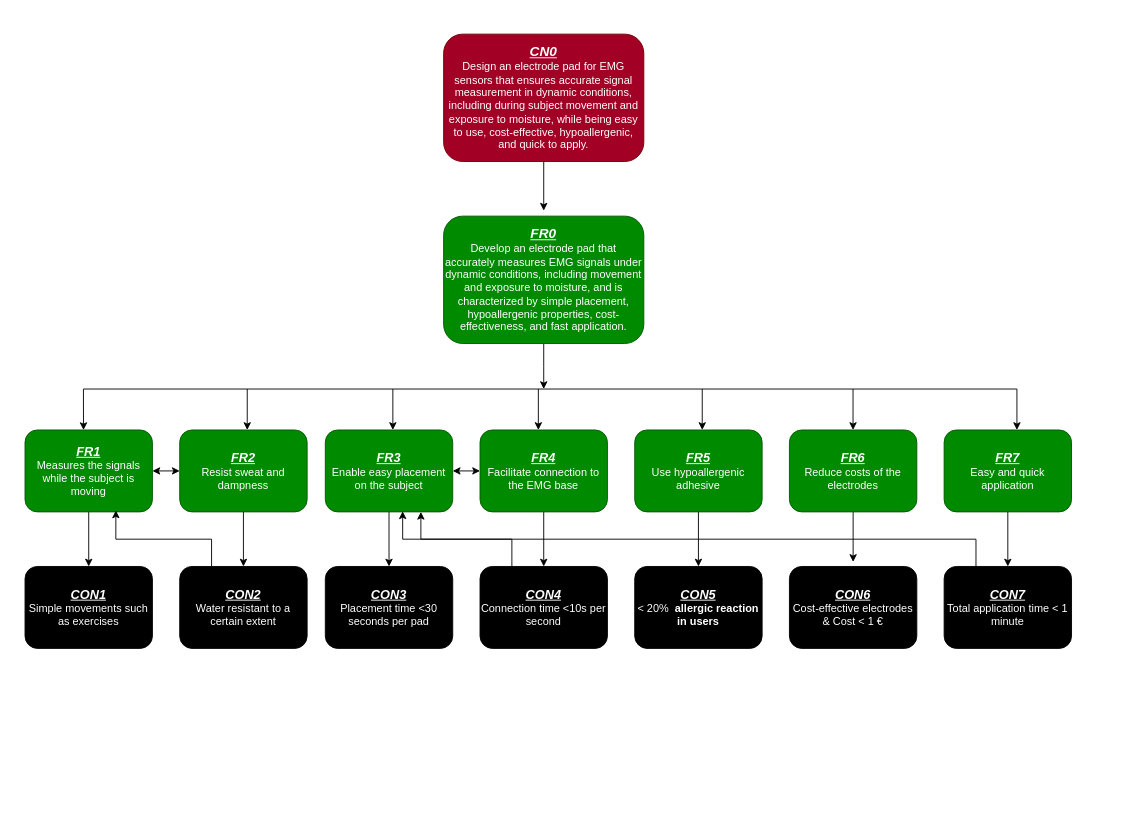
Earlier version of the draw.io diagram Untitled Diagram.drawio (asdismilla/FlowChart). Source tidied: cells renumbered, new cells numbered last; positions are measured from the earlier drawing's top-left corner, leaving out a move shared by most shapes. Both pictures are drawn from the tidied source at 91%, with x=0, y=0 at pixel (25, 34).
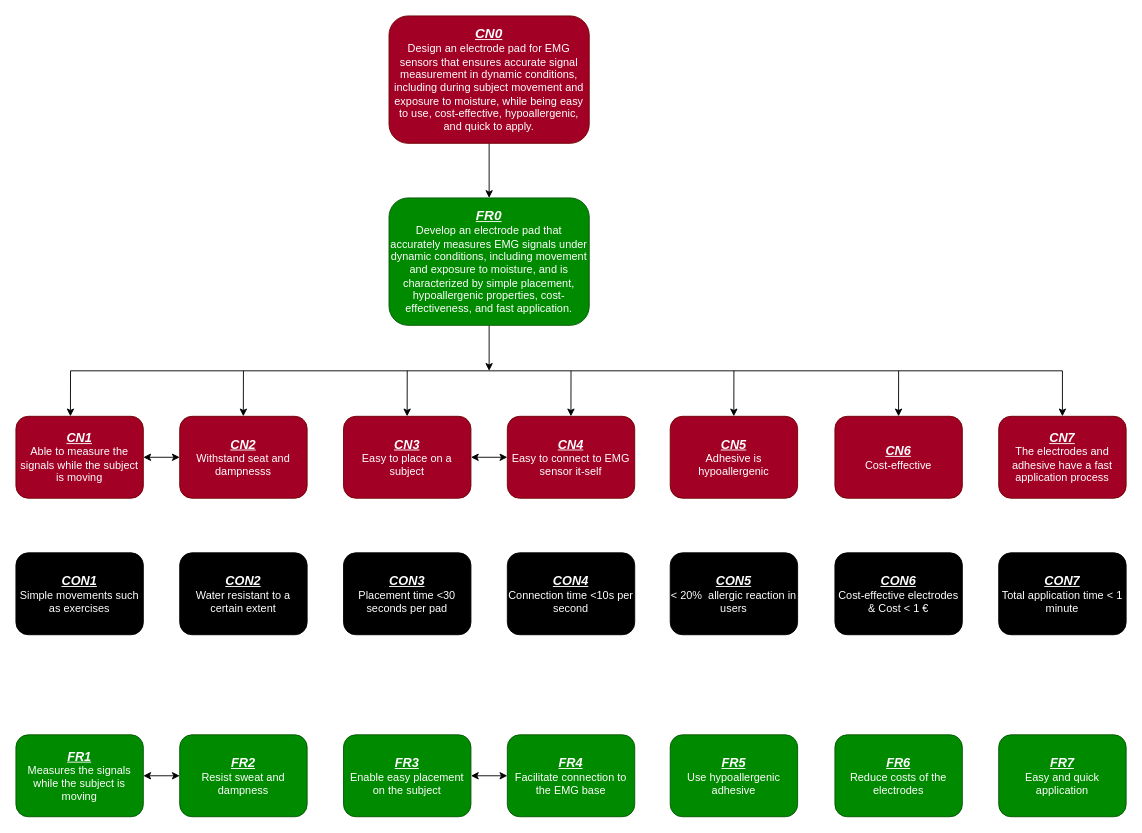
The same diagram, later.

Commit message:
Flow chart rearrange and CN added

Diff of the diagram source:
```diff
@@
+    <mxCell id="7" style="edgeStyle=orthogonalEdgeStyle;rounded=0;jettySize=auto;html=1;entryX=0.5;entryY=0;entryDx=0;entryDy=0;" parent="1" edge="1" source="2" target="4">
+      <mxGeometry relative="1" as="geometry" />
+    </mxCell>
     <mxCell id="2" value="&lt;b&gt;&lt;u&gt;&lt;i&gt;&lt;font style=&quot;font-size: 15px;&quot;&gt;CN0&lt;/font&gt;&lt;/i&gt;&lt;/u&gt;&lt;/b&gt;&lt;br&gt;Design an electrode pad for EMG sensors that ensures accurate signal measurement in dynamic conditions, including during subject movement and exposure to moisture, while being easy to use, cost-effective, hypoallergenic, and quick to apply." style="rounded=1;whiteSpace=wrap;html=1;fontSize=12;glass=0;strokeWidth=1;shadow=0;fillColor=#a20025;strokeColor=#6F0000;fontColor=#ffffff;" parent="1" vertex="1">
-      <mxGeometry x="460" width="220" height="140" as="geometry" />
+      <mxGeometry x="400" y="-20" width="220" height="140" as="geometry" />
     </mxCell>
-    <mxCell id="3" style="edgeStyle=orthogonalEdgeStyle;rounded=0;jettySize=auto;html=1;" parent="1" edge="1" source="4">
-      <mxGeometry relative="1" as="geometry">
-        <mxPoint x="570" y="390" as="targetPoint" />
-      </mxGeometry>
-    </mxCell>
+    <mxCell id="40" style="edgeStyle=orthogonalEdgeStyle;rounded=0;jettySize=auto;html=1;exitX=0.5;exitY=1;exitDx=0;exitDy=0;" parent="1" edge="1" source="4">
+      <mxGeometry relative="1" as="geometry">
+        <mxPoint x="510" y="370" as="targetPoint" />
+      </mxGeometry>
+    </mxCell>
     <mxCell id="4" value="&lt;b&gt;&lt;u&gt;&lt;i&gt;&lt;font style=&quot;font-size: 15px;&quot;&gt;FR0&lt;/font&gt;&lt;/i&gt;&lt;/u&gt;&lt;/b&gt;&lt;br&gt;Develop an electrode pad that accurately measures EMG signals under dynamic conditions, including movement and exposure to moisture, and is characterized by simple placement, hypoallergenic properties, cost-effectiveness, and fast application." style="rounded=1;whiteSpace=wrap;html=1;fontSize=12;glass=0;strokeWidth=1;shadow=0;fillColor=#008a00;strokeColor=#005700;fontColor=#ffffff;" parent="1" vertex="1">
-      <mxGeometry x="460" y="200" width="220" height="140" as="geometry" />
+      <mxGeometry x="400" y="180" width="220" height="140" as="geometry" />
     </mxCell>
-    <mxCell id="5" style="edgeStyle=orthogonalEdgeStyle;rounded=0;jettySize=auto;html=1;entryX=0.5;entryY=0;entryDx=0;entryDy=0;" parent="1" edge="1" source="6" target="20">
-      <mxGeometry relative="1" as="geometry" />
-    </mxCell>
     <mxCell id="6" value="&lt;b&gt;&lt;u&gt;&lt;i&gt;&lt;font style=&quot;font-size: 14px;&quot;&gt;FR1&lt;/font&gt;&lt;/i&gt;&lt;/u&gt;&lt;/b&gt;&lt;br&gt;Measures the signals while the subject is moving" style="rounded=1;whiteSpace=wrap;html=1;fontSize=12;glass=0;strokeWidth=1;shadow=0;fillColor=#008a00;strokeColor=#005700;fontColor=#ffffff;" parent="1" vertex="1">
-      <mxGeometry y="435" width="140" height="90" as="geometry" />
+      <mxGeometry x="-10" y="770" width="140" height="90" as="geometry" />
     </mxCell>
-    <mxCell id="7" style="edgeStyle=orthogonalEdgeStyle;rounded=0;jettySize=auto;html=1;exitX=0.5;exitY=1;exitDx=0;exitDy=0;entryX=0.5;entryY=-0.043;entryDx=0;entryDy=0;entryPerimeter=0;" parent="1" edge="1" source="2" target="4">
-      <mxGeometry relative="1" as="geometry" />
-    </mxCell>
-    <mxCell id="8" style="edgeStyle=orthogonalEdgeStyle;rounded=0;jettySize=auto;html=1;exitX=0.5;exitY=1;exitDx=0;exitDy=0;entryX=0.5;entryY=0;entryDx=0;entryDy=0;" parent="1" edge="1" source="9" target="21">
-      <mxGeometry relative="1" as="geometry" />
-    </mxCell>
     <mxCell id="9" value="&lt;b&gt;&lt;u&gt;&lt;i&gt;&lt;font style=&quot;font-size: 14px;&quot;&gt;FR2&lt;/font&gt;&lt;/i&gt;&lt;/u&gt;&lt;/b&gt;&lt;br&gt;Resist sweat and dampness" style="rounded=1;whiteSpace=wrap;html=1;fontSize=12;glass=0;strokeWidth=1;shadow=0;fillColor=#008a00;strokeColor=#005700;fontColor=#ffffff;" parent="1" vertex="1">
-      <mxGeometry x="170" y="435" width="140" height="90" as="geometry" />
+      <mxGeometry x="170" y="770" width="140" height="90" as="geometry" />
     </mxCell>
-    <mxCell id="10" style="edgeStyle=orthogonalEdgeStyle;rounded=0;jettySize=auto;html=1;exitX=0.5;exitY=1;exitDx=0;exitDy=0;entryX=0.5;entryY=0;entryDx=0;entryDy=0;" parent="1" edge="1" source="11" target="22">
-      <mxGeometry relative="1" as="geometry" />
-    </mxCell>
     <mxCell id="11" value="&lt;b&gt;&lt;u&gt;&lt;i&gt;&lt;font style=&quot;font-size: 14px;&quot;&gt;FR3&lt;/font&gt;&lt;/i&gt;&lt;/u&gt;&lt;/b&gt;&lt;br&gt;Enable easy placement on the subject" style="rounded=1;whiteSpace=wrap;html=1;fontSize=12;glass=0;strokeWidth=1;shadow=0;fillColor=#008a00;strokeColor=#005700;fontColor=#ffffff;" parent="1" vertex="1">
-      <mxGeometry x="330" y="435" width="140" height="90" as="geometry" />
+      <mxGeometry x="350" y="770" width="140" height="90" as="geometry" />
     </mxCell>
-    <mxCell id="12" style="edgeStyle=orthogonalEdgeStyle;rounded=0;jettySize=auto;html=1;exitX=0.5;exitY=1;exitDx=0;exitDy=0;entryX=0.5;entryY=0;entryDx=0;entryDy=0;" parent="1" edge="1" source="13" target="23">
-      <mxGeometry relative="1" as="geometry" />
-    </mxCell>
     <mxCell id="13" value="&lt;b&gt;&lt;u&gt;&lt;i&gt;&lt;font style=&quot;font-size: 14px;&quot;&gt;FR4&lt;/font&gt;&lt;/i&gt;&lt;/u&gt;&lt;/b&gt;&lt;br&gt;Facilitate connection to the EMG base" style="rounded=1;whiteSpace=wrap;html=1;fontSize=12;glass=0;strokeWidth=1;shadow=0;fillColor=#008a00;strokeColor=#005700;fontColor=#ffffff;" parent="1" vertex="1">
-      <mxGeometry x="500" y="435" width="140" height="90" as="geometry" />
+      <mxGeometry x="530" y="770" width="140" height="90" as="geometry" />
     </mxCell>
-    <mxCell id="14" style="edgeStyle=orthogonalEdgeStyle;rounded=0;jettySize=auto;html=1;entryX=0.5;entryY=0;entryDx=0;entryDy=0;" parent="1" edge="1" source="15" target="24">
-      <mxGeometry relative="1" as="geometry" />
-    </mxCell>
     <mxCell id="15" value="&lt;b&gt;&lt;u&gt;&lt;i&gt;&lt;font style=&quot;font-size: 14px;&quot;&gt;FR5&lt;br&gt;&lt;/font&gt;&lt;/i&gt;&lt;/u&gt;&lt;/b&gt;Use hypoallergenic adhesive" style="rounded=1;whiteSpace=wrap;html=1;fontSize=12;glass=0;strokeWidth=1;shadow=0;fillColor=#008a00;strokeColor=#005700;fontColor=#ffffff;" parent="1" vertex="1">
-      <mxGeometry x="670" y="435" width="140" height="90" as="geometry" />
+      <mxGeometry x="709" y="770" width="140" height="90" as="geometry" />
     </mxCell>
-    <mxCell id="16" style="edgeStyle=orthogonalEdgeStyle;rounded=0;jettySize=auto;html=1;" parent="1" edge="1" source="17">
-      <mxGeometry relative="1" as="geometry">
-        <mxPoint x="910" y="580" as="targetPoint" />
-      </mxGeometry>
-    </mxCell>
     <mxCell id="17" value="&lt;b&gt;&lt;u&gt;&lt;i&gt;&lt;font style=&quot;font-size: 14px;&quot;&gt;FR6&lt;/font&gt;&lt;/i&gt;&lt;/u&gt;&lt;/b&gt;&lt;br&gt;Reduce costs of the electrodes" style="rounded=1;whiteSpace=wrap;html=1;fontSize=12;glass=0;strokeWidth=1;shadow=0;fillColor=#008a00;strokeColor=#005700;fontColor=#ffffff;" parent="1" vertex="1">
-      <mxGeometry x="840" y="435" width="140" height="90" as="geometry" />
+      <mxGeometry x="890" y="770" width="140" height="90" as="geometry" />
     </mxCell>
-    <mxCell id="18" style="edgeStyle=orthogonalEdgeStyle;rounded=0;jettySize=auto;html=1;exitX=0.5;exitY=1;exitDx=0;exitDy=0;entryX=0.5;entryY=0;entryDx=0;entryDy=0;" parent="1" edge="1" source="19" target="27">
-      <mxGeometry relative="1" as="geometry" />
-    </mxCell>
     <mxCell id="19" value="&lt;b&gt;&lt;u&gt;&lt;i&gt;&lt;font style=&quot;font-size: 14px;&quot;&gt;FR7&lt;/font&gt;&lt;/i&gt;&lt;/u&gt;&lt;/b&gt;&lt;br&gt;Easy and quick application" style="rounded=1;whiteSpace=wrap;html=1;fontSize=12;glass=0;strokeWidth=1;shadow=0;fillColor=#008a00;strokeColor=#005700;fontColor=#ffffff;" parent="1" vertex="1">
-      <mxGeometry x="1010" y="435" width="140" height="90" as="geometry" />
+      <mxGeometry x="1070" y="770" width="140" height="90" as="geometry" />
     </mxCell>
-    <mxCell id="20" value="&lt;b&gt;&lt;u&gt;&lt;i&gt;&lt;font style=&quot;font-size: 14px;&quot;&gt;CON1&lt;/font&gt;&lt;/i&gt;&lt;/u&gt;&lt;/b&gt;&lt;br&gt;Simple movements such as exercises" style="rounded=1;whiteSpace=wrap;html=1;fontSize=12;glass=0;strokeWidth=1;shadow=0;fillColor=#000000;fontColor=#FFFFFF;" parent="1" vertex="1">
-      <mxGeometry y="585" width="140" height="90" as="geometry" />
+    <mxCell id="20" value="&lt;span style=&quot;font-size: 14px;&quot;&gt;&lt;b&gt;&lt;i&gt;&lt;u&gt;CN1&lt;br&gt;&lt;/u&gt;&lt;/i&gt;&lt;/b&gt;&lt;/span&gt;Able to measure the signals while the subject is moving" style="rounded=1;whiteSpace=wrap;html=1;fontSize=12;glass=0;strokeWidth=1;shadow=0;fillColor=#a20025;fontColor=#ffffff;strokeColor=#6F0000;" parent="1" vertex="1">
+      <mxGeometry x="-10" y="420" width="140" height="90" as="geometry" />
     </mxCell>
-    <mxCell id="21" value="&lt;span style=&quot;font-size: 14px;&quot;&gt;&lt;b&gt;&lt;i&gt;&lt;u&gt;CON2&lt;br&gt;&lt;/u&gt;&lt;/i&gt;&lt;/b&gt;&lt;/span&gt;Water resistant to a certain extent" style="rounded=1;whiteSpace=wrap;html=1;fontSize=12;glass=0;strokeWidth=1;shadow=0;fillColor=#000000;fontColor=#FFFFFF;" parent="1" vertex="1">
-      <mxGeometry x="170" y="585" width="140" height="90" as="geometry" />
+    <mxCell id="21" value="&lt;b style=&quot;font-size: 14px; text-decoration: underline; font-style: italic;&quot;&gt;CN2&lt;/b&gt;&lt;br&gt;&lt;font style=&quot;font-size: 12px;&quot;&gt;Withstand seat and dampnesss&lt;/font&gt;" style="rounded=1;whiteSpace=wrap;html=1;fontSize=12;glass=0;strokeWidth=1;shadow=0;fillColor=#a20025;fontColor=#ffffff;strokeColor=#6F0000;" parent="1" vertex="1">
+      <mxGeometry x="170" y="420" width="140" height="90" as="geometry" />
     </mxCell>
-    <mxCell id="22" value="&lt;b&gt;&lt;u&gt;&lt;i&gt;&lt;font style=&quot;font-size: 14px;&quot;&gt;CON3&lt;/font&gt;&lt;/i&gt;&lt;/u&gt;&lt;/b&gt;&lt;br&gt;Placement time &amp;lt;30 seconds per pad" style="rounded=1;whiteSpace=wrap;html=1;fontSize=12;glass=0;strokeWidth=1;shadow=0;fillColor=#000000;fontColor=#FFFFFF;" parent="1" vertex="1">
-      <mxGeometry x="330" y="585" width="140" height="90" as="geometry" />
+    <mxCell id="22" value="&lt;b&gt;&lt;u&gt;&lt;i&gt;&lt;font style=&quot;font-size: 14px;&quot;&gt;CN3&lt;/font&gt;&lt;/i&gt;&lt;/u&gt;&lt;/b&gt;&lt;br&gt;Easy to place on a subject" style="rounded=1;whiteSpace=wrap;html=1;fontSize=12;glass=0;strokeWidth=1;shadow=0;fillColor=#a20025;fontColor=#ffffff;strokeColor=#6F0000;" parent="1" vertex="1">
+      <mxGeometry x="350" y="420" width="140" height="90" as="geometry" />
     </mxCell>
-    <mxCell id="23" value="&lt;span style=&quot;font-size: 14px;&quot;&gt;&lt;b&gt;&lt;i&gt;&lt;u&gt;CON4&lt;br&gt;&lt;/u&gt;&lt;/i&gt;&lt;/b&gt;&lt;/span&gt;Connection time &amp;lt;10s per second" style="rounded=1;whiteSpace=wrap;html=1;fontSize=12;glass=0;strokeWidth=1;shadow=0;fillColor=#000000;fontColor=#FFFFFF;" parent="1" vertex="1">
-      <mxGeometry x="500" y="585" width="140" height="90" as="geometry" />
+    <mxCell id="23" value="&lt;span style=&quot;font-size: 14px;&quot;&gt;&lt;b&gt;&lt;i&gt;&lt;u&gt;CN4&lt;br&gt;&lt;/u&gt;&lt;/i&gt;&lt;/b&gt;&lt;/span&gt;Easy to connect to EMG sensor it-self" style="rounded=1;whiteSpace=wrap;html=1;fontSize=12;glass=0;strokeWidth=1;shadow=0;fillColor=#a20025;fontColor=#ffffff;strokeColor=#6F0000;" parent="1" vertex="1">
+      <mxGeometry x="530" y="420" width="140" height="90" as="geometry" />
     </mxCell>
-    <mxCell id="24" value="&lt;b&gt;&lt;u&gt;&lt;i&gt;&lt;font style=&quot;font-size: 14px;&quot;&gt;CON5&lt;br&gt;&lt;/font&gt;&lt;/i&gt;&lt;/u&gt;&lt;/b&gt;&amp;lt; 20%&lt;span style=&quot;text-align: start; font-weight: 700;&quot; class=&quot;OYPEnA text-decoration-none text-strikethrough-none white-space-prewrap&quot;&gt;&amp;nbsp;&amp;nbsp;&lt;/span&gt;&lt;span style=&quot;text-align: start; font-weight: 700;&quot; class=&quot;OYPEnA text-decoration-none text-strikethrough-none&quot;&gt;allergic reaction in users&lt;/span&gt;" style="rounded=1;whiteSpace=wrap;html=1;fontSize=12;glass=0;strokeWidth=1;shadow=0;fillColor=#000000;fontColor=#FFFFFF;" parent="1" vertex="1">
-      <mxGeometry x="670" y="585" width="140" height="90" as="geometry" />
+    <mxCell id="24" value="&lt;b&gt;&lt;u&gt;&lt;i&gt;&lt;font style=&quot;font-size: 14px;&quot;&gt;CN5&lt;br&gt;&lt;/font&gt;&lt;/i&gt;&lt;/u&gt;&lt;/b&gt;Adhesive is hypoallergenic" style="rounded=1;whiteSpace=wrap;html=1;fontSize=12;glass=0;strokeWidth=1;shadow=0;fillColor=#a20025;fontColor=#ffffff;strokeColor=#6F0000;" parent="1" vertex="1">
+      <mxGeometry x="709" y="420" width="140" height="90" as="geometry" />
     </mxCell>
-    <mxCell id="25" value="&lt;b&gt;&lt;u&gt;&lt;i&gt;&lt;font style=&quot;font-size: 14px;&quot;&gt;CON6&lt;/font&gt;&lt;/i&gt;&lt;/u&gt;&lt;/b&gt;&lt;br&gt;Cost-effective electrodes &amp;amp; Cost &amp;lt; 1 €" style="rounded=1;whiteSpace=wrap;html=1;fontSize=12;glass=0;strokeWidth=1;shadow=0;fillColor=#000000;fontColor=#FFFFFF;" parent="1" vertex="1">
-      <mxGeometry x="840" y="585" width="140" height="90" as="geometry" />
+    <mxCell id="25" value="&lt;b&gt;&lt;u&gt;&lt;i&gt;&lt;font style=&quot;font-size: 14px;&quot;&gt;CN6&lt;/font&gt;&lt;/i&gt;&lt;/u&gt;&lt;/b&gt;&lt;br&gt;Cost-effective" style="rounded=1;whiteSpace=wrap;html=1;fontSize=12;glass=0;strokeWidth=1;shadow=0;fillColor=#a20025;fontColor=#ffffff;strokeColor=#6F0000;" parent="1" vertex="1">
+      <mxGeometry x="890" y="420" width="140" height="90" as="geometry" />
     </mxCell>
-    <mxCell id="26" style="edgeStyle=orthogonalEdgeStyle;rounded=0;jettySize=auto;html=1;exitX=0.25;exitY=0;exitDx=0;exitDy=0;entryX=0.75;entryY=1;entryDx=0;entryDy=0;" parent="1" edge="1" source="27" target="11">
-      <mxGeometry relative="1" as="geometry" />
-    </mxCell>
-    <mxCell id="27" value="&lt;b&gt;&lt;u&gt;&lt;i&gt;&lt;font style=&quot;font-size: 14px;&quot;&gt;CON7&lt;/font&gt;&lt;/i&gt;&lt;/u&gt;&lt;/b&gt;&lt;br&gt;Total application time &amp;lt; 1 minute" style="rounded=1;whiteSpace=wrap;html=1;fontSize=12;glass=0;strokeWidth=1;shadow=0;fillColor=#000000;fontColor=#FFFFFF;" parent="1" vertex="1">
-      <mxGeometry x="1010" y="585" width="140" height="90" as="geometry" />
+    <mxCell id="27" value="&lt;b&gt;&lt;u&gt;&lt;i&gt;&lt;font style=&quot;font-size: 14px;&quot;&gt;CN7&lt;/font&gt;&lt;/i&gt;&lt;/u&gt;&lt;/b&gt;&lt;br&gt;The electrodes and adhesive have a fast application process" style="rounded=1;whiteSpace=wrap;html=1;fontSize=12;glass=0;strokeWidth=1;shadow=0;fillColor=#a20025;fontColor=#ffffff;strokeColor=#6F0000;" parent="1" vertex="1">
+      <mxGeometry x="1070" y="420" width="140" height="90" as="geometry" />
     </mxCell>
     <mxCell id="28" style="endArrow=none;html=1;rounded=0;" parent="1" edge="1">
       <mxGeometry relative="1" as="geometry">
-        <mxPoint x="64.2" y="390" as="sourcePoint" />
-        <mxPoint x="1090" y="390" as="targetPoint" />
+        <mxPoint x="50" y="370" as="sourcePoint" />
+        <mxPoint x="1140" y="370" as="targetPoint" />
       </mxGeometry>
     </mxCell>
-    <mxCell id="29" style="endArrow=classic;html=1;rounded=0;entryX=0.459;entryY=0.001;entryDx=0;entryDy=0;entryPerimeter=0;" parent="1" edge="1" target="6">
+    <mxCell id="29" style="endArrow=classic;html=1;rounded=0;entryX=0.459;entryY=0.001;entryDx=0;entryDy=0;entryPerimeter=0;" parent="1" edge="1">
       <mxGeometry relative="1" as="geometry">
-        <mxPoint x="64.2" y="390" as="sourcePoint" />
+        <mxPoint x="50" y="370" as="sourcePoint" />
+        <mxPoint x="49.9" y="420" as="targetPoint" />
       </mxGeometry>
     </mxCell>
     <mxCell id="30" style="endArrow=classic;html=1;rounded=0;entryX=0.459;entryY=0.001;entryDx=0;entryDy=0;entryPerimeter=0;" parent="1" edge="1">
       <mxGeometry relative="1" as="geometry">
-        <mxPoint x="244.2" y="390" as="sourcePoint" />
-        <mxPoint x="244.2" y="435" as="targetPoint" />
+        <mxPoint x="240" y="370" as="sourcePoint" />
+        <mxPoint x="239.9" y="420" as="targetPoint" />
       </mxGeometry>
     </mxCell>
     <mxCell id="31" style="endArrow=classic;html=1;rounded=0;entryX=0.459;entryY=0.001;entryDx=0;entryDy=0;entryPerimeter=0;" parent="1" edge="1">
       <mxGeometry relative="1" as="geometry">
-        <mxPoint x="404.2" y="390" as="sourcePoint" />
-        <mxPoint x="404.2" y="435" as="targetPoint" />
+        <mxPoint x="420" y="370" as="sourcePoint" />
+        <mxPoint x="419.9" y="420" as="targetPoint" />
       </mxGeometry>
     </mxCell>
     <mxCell id="32" style="endArrow=classic;html=1;rounded=0;entryX=0.459;entryY=0.001;entryDx=0;entryDy=0;entryPerimeter=0;" parent="1" edge="1">
       <mxGeometry relative="1" as="geometry">
-        <mxPoint x="564.1" y="390" as="sourcePoint" />
-        <mxPoint x="564.1" y="435" as="targetPoint" />
+        <mxPoint x="600" y="370" as="sourcePoint" />
+        <mxPoint x="599.9" y="420" as="targetPoint" />
       </mxGeometry>
     </mxCell>
-    <mxCell id="33" style="endArrow=classic;html=1;rounded=0;entryX=0.459;entryY=0.001;entryDx=0;entryDy=0;entryPerimeter=0;" parent="1" edge="1">
-      <mxGeometry relative="1" as="geometry">
-        <mxPoint x="744.2" y="390" as="sourcePoint" />
-        <mxPoint x="744.2" y="435" as="targetPoint" />
-      </mxGeometry>
-    </mxCell>
     <mxCell id="34" style="endArrow=classic;html=1;rounded=0;entryX=0.459;entryY=0.001;entryDx=0;entryDy=0;entryPerimeter=0;" parent="1" edge="1">
       <mxGeometry relative="1" as="geometry">
-        <mxPoint x="909.9" y="390" as="sourcePoint" />
-        <mxPoint x="909.9" y="435" as="targetPoint" />
+        <mxPoint x="960" y="370" as="sourcePoint" />
+        <mxPoint x="959.9" y="420" as="targetPoint" />
       </mxGeometry>
     </mxCell>
     <mxCell id="35" style="endArrow=classic;html=1;rounded=0;entryX=0.459;entryY=0.001;entryDx=0;entryDy=0;entryPerimeter=0;" parent="1" edge="1">
       <mxGeometry relative="1" as="geometry">
-        <mxPoint x="1090" y="390" as="sourcePoint" />
-        <mxPoint x="1090" y="435" as="targetPoint" />
+        <mxPoint x="1140" y="370" as="sourcePoint" />
+        <mxPoint x="1140" y="420" as="targetPoint" />
       </mxGeometry>
     </mxCell>
-    <mxCell id="36" style="edgeStyle=orthogonalEdgeStyle;rounded=0;jettySize=auto;html=1;exitX=0.25;exitY=0;exitDx=0;exitDy=0;entryX=0.607;entryY=0.993;entryDx=0;entryDy=0;entryPerimeter=0;" parent="1" edge="1" source="23" target="11">
-      <mxGeometry relative="1" as="geometry" />
-    </mxCell>
@@
-    <mxCell id="39" style="edgeStyle=orthogonalEdgeStyle;rounded=0;jettySize=auto;html=1;exitX=0.25;exitY=0;exitDx=0;exitDy=0;entryX=0.713;entryY=0.983;entryDx=0;entryDy=0;entryPerimeter=0;" parent="1" edge="1" source="21" target="6">
-      <mxGeometry relative="1" as="geometry" />
-    </mxCell>
+    <mxCell id="41" value="&lt;b&gt;&lt;u&gt;&lt;i&gt;&lt;font style=&quot;font-size: 14px;&quot;&gt;CON1&lt;/font&gt;&lt;/i&gt;&lt;/u&gt;&lt;/b&gt;&lt;br&gt;Simple movements such as exercises" style="rounded=1;whiteSpace=wrap;html=1;fontSize=12;glass=0;strokeWidth=1;shadow=0;fillColor=#000000;fontColor=#FFFFFF;" parent="1" vertex="1">
+      <mxGeometry x="-10" y="570" width="140" height="90" as="geometry" />
+    </mxCell>
+    <mxCell id="42" value="&lt;span style=&quot;font-size: 14px;&quot;&gt;&lt;b&gt;&lt;i&gt;&lt;u&gt;CON2&lt;br&gt;&lt;/u&gt;&lt;/i&gt;&lt;/b&gt;&lt;/span&gt;Water resistant to a certain extent" style="rounded=1;whiteSpace=wrap;html=1;fontSize=12;glass=0;strokeWidth=1;shadow=0;fillColor=#000000;fontColor=#FFFFFF;" parent="1" vertex="1">
+      <mxGeometry x="170" y="570" width="140" height="90" as="geometry" />
+    </mxCell>
+    <mxCell id="43" value="&lt;b&gt;&lt;u&gt;&lt;i&gt;&lt;font style=&quot;font-size: 14px;&quot;&gt;CON3&lt;/font&gt;&lt;/i&gt;&lt;/u&gt;&lt;/b&gt;&lt;br&gt;Placement time &amp;lt;30 seconds per pad" style="rounded=1;whiteSpace=wrap;html=1;fontSize=12;glass=0;strokeWidth=1;shadow=0;fillColor=#000000;fontColor=#FFFFFF;" parent="1" vertex="1">
+      <mxGeometry x="350" y="570" width="140" height="90" as="geometry" />
+    </mxCell>
+    <mxCell id="44" value="&lt;span style=&quot;font-size: 14px;&quot;&gt;&lt;b&gt;&lt;i&gt;&lt;u&gt;CON4&lt;br&gt;&lt;/u&gt;&lt;/i&gt;&lt;/b&gt;&lt;/span&gt;Connection time &amp;lt;10s per second" style="rounded=1;whiteSpace=wrap;html=1;fontSize=12;glass=0;strokeWidth=1;shadow=0;fillColor=#000000;fontColor=#FFFFFF;" parent="1" vertex="1">
+      <mxGeometry x="530" y="570" width="140" height="90" as="geometry" />
+    </mxCell>
+    <mxCell id="45" value="&lt;b&gt;&lt;u&gt;&lt;i&gt;&lt;font style=&quot;font-size: 14px;&quot;&gt;CON5&lt;br&gt;&lt;/font&gt;&lt;/i&gt;&lt;/u&gt;&lt;/b&gt;&amp;lt; 20%&lt;span style=&quot;text-align: start; font-weight: 700;&quot; class=&quot;OYPEnA text-decoration-none text-strikethrough-none white-space-prewrap&quot;&gt;&amp;nbsp;&amp;nbsp;&lt;/span&gt;&lt;span style=&quot;text-align: start;&quot; class=&quot;OYPEnA text-decoration-none text-strikethrough-none&quot;&gt;allergic reaction in users&lt;/span&gt;" style="rounded=1;whiteSpace=wrap;html=1;fontSize=12;glass=0;strokeWidth=1;shadow=0;fillColor=#000000;fontColor=#FFFFFF;" parent="1" vertex="1">
+      <mxGeometry x="709" y="570" width="140" height="90" as="geometry" />
+    </mxCell>
+    <mxCell id="46" value="&lt;b&gt;&lt;u&gt;&lt;i&gt;&lt;font style=&quot;font-size: 14px;&quot;&gt;CON6&lt;/font&gt;&lt;/i&gt;&lt;/u&gt;&lt;/b&gt;&lt;br&gt;Cost-effective electrodes &amp;amp; Cost &amp;lt; 1 €" style="rounded=1;whiteSpace=wrap;html=1;fontSize=12;glass=0;strokeWidth=1;shadow=0;fillColor=#000000;fontColor=#FFFFFF;" parent="1" vertex="1">
+      <mxGeometry x="890" y="570" width="140" height="90" as="geometry" />
+    </mxCell>
+    <mxCell id="47" value="&lt;b&gt;&lt;u&gt;&lt;i&gt;&lt;font style=&quot;font-size: 14px;&quot;&gt;CON7&lt;/font&gt;&lt;/i&gt;&lt;/u&gt;&lt;/b&gt;&lt;br&gt;Total application time &amp;lt; 1 minute" style="rounded=1;whiteSpace=wrap;html=1;fontSize=12;glass=0;strokeWidth=1;shadow=0;fillColor=#000000;fontColor=#FFFFFF;" parent="1" vertex="1">
+      <mxGeometry x="1070" y="570" width="140" height="90" as="geometry" />
+    </mxCell>
+    <mxCell id="48" style="endArrow=classic;startArrow=classic;html=1;rounded=0;exitX=1;exitY=0.5;exitDx=0;exitDy=0;entryX=0;entryY=0.5;entryDx=0;entryDy=0;" parent="1" edge="1" source="20" target="21">
+      <mxGeometry relative="1" as="geometry" />
+    </mxCell>
+    <mxCell id="49" style="endArrow=classic;startArrow=classic;html=1;rounded=0;exitX=1;exitY=0.5;exitDx=0;exitDy=0;entryX=0;entryY=0.5;entryDx=0;entryDy=0;" parent="1" edge="1" source="22" target="23">
+      <mxGeometry relative="1" as="geometry" />
+    </mxCell>
+    <mxCell id="50" style="endArrow=classic;html=1;rounded=0;entryX=0.459;entryY=0.001;entryDx=0;entryDy=0;entryPerimeter=0;" parent="1" edge="1">
+      <mxGeometry relative="1" as="geometry">
+        <mxPoint x="779" y="370" as="sourcePoint" />
+        <mxPoint x="778.9" y="420" as="targetPoint" />
+      </mxGeometry>
+    </mxCell>
```
